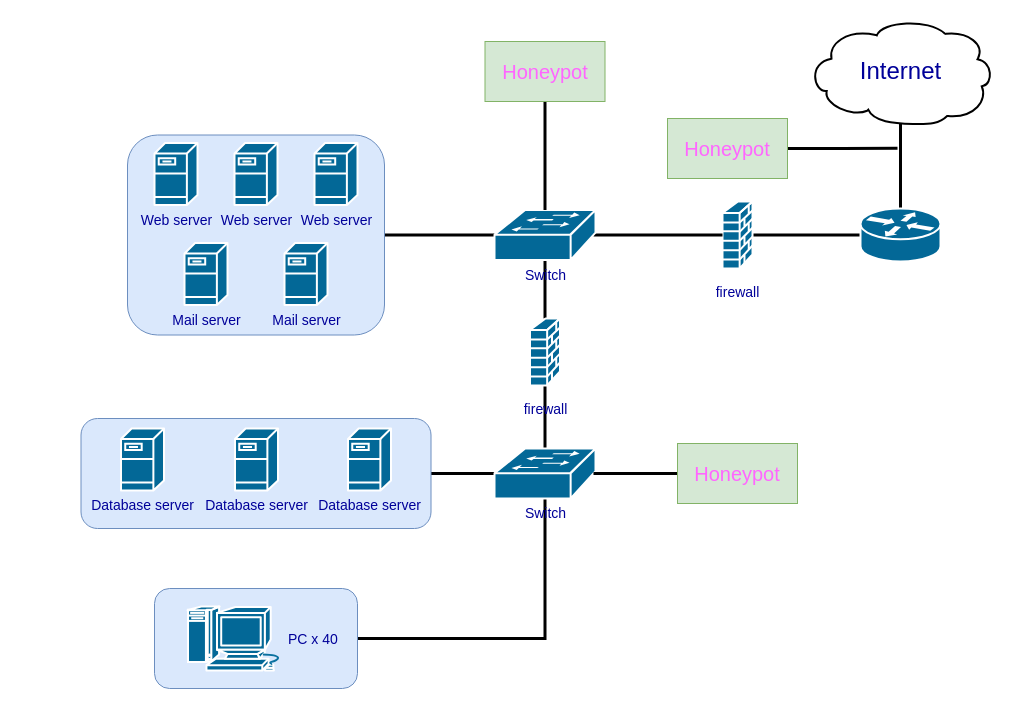
The draw.io diagram CP2414 - A1.drawio in HaoyiShan/CP-2414, before the edit. Source tidied: cells renumbered, new cells numbered last; positions are measured from the earlier drawing's top-left corner, leaving out a move shared by most shapes. Both pictures are drawn from the tidied source at 100%, with x=0, y=0 at pixel (81, 18).
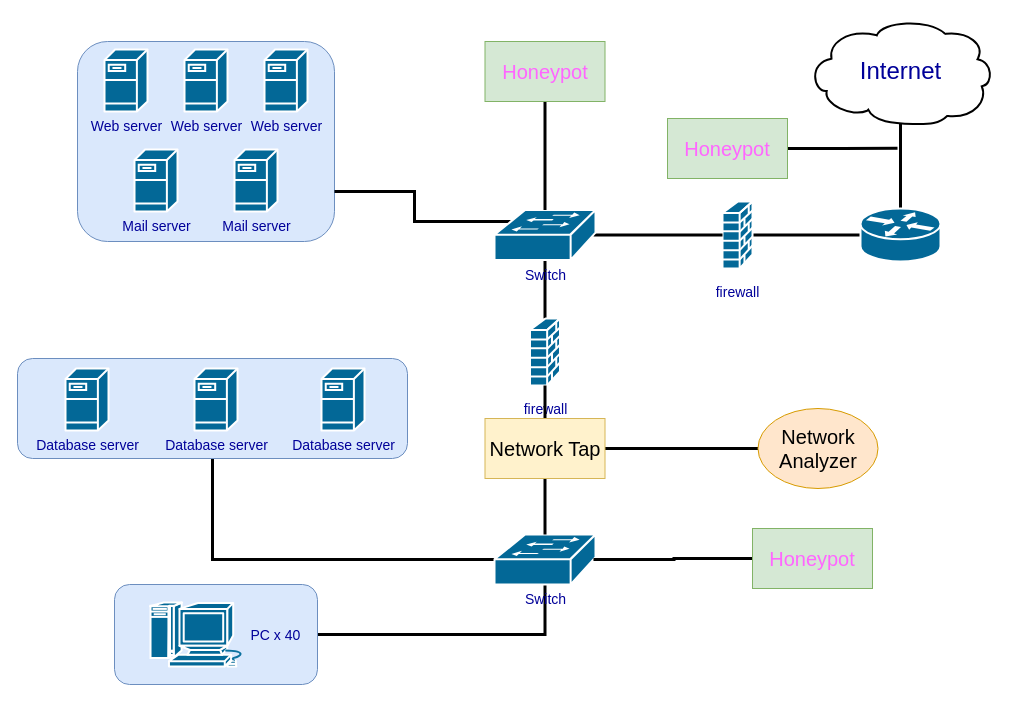
After the change.

Unchanged cells that the change refers to:
```xml
<mxCell id="17" value="Switch" style="shape=mxgraph.cisco.switches.workgroup_switch;sketch=0;html=1;dashed=0;fillColor=#036897;strokeColor=#ffffff;strokeWidth=2;verticalLabelPosition=bottom;verticalAlign=top;align=center;outlineConnect=0;fontSize=14;fontColor=#000099;" parent="1" vertex="1">
  <mxGeometry x="413" y="191.5" width="101" height="50" as="geometry" />
</mxCell>
<mxCell id="19" value="&lt;font style=&quot;font-size: 14px;&quot;&gt;firewall&lt;/font&gt;" style="shape=mxgraph.cisco.security.firewall;sketch=0;html=1;dashed=0;fillColor=#036897;strokeColor=#ffffff;strokeWidth=2;verticalLabelPosition=bottom;verticalAlign=top;align=center;outlineConnect=0;fontSize=24;fontColor=#000099;" parent="1" vertex="1">
  <mxGeometry x="448.5" y="300" width="30" height="67" as="geometry" />
</mxCell>
```

Change to the diagram source:
```diff
@@
-    <mxCell id="2" style="edgeStyle=orthogonalEdgeStyle;rounded=0;jettySize=auto;html=1;exitX=1;exitY=0.5;exitDx=0;exitDy=0;entryX=0.5;entryY=0.98;entryDx=0;entryDy=0;entryPerimeter=0;strokeWidth=3;fontSize=14;fontColor=#000099;endArrow=none;endFill=0;" parent="1" edge="1" source="3" target="23">
+    <mxCell id="2" style="edgeStyle=orthogonalEdgeStyle;rounded=0;jettySize=auto;html=1;exitX=1;exitY=0.5;exitDx=0;exitDy=0;entryX=0.5;entryY=0.98;entryDx=0;entryDy=0;entryPerimeter=0;strokeWidth=3;fontSize=20;fontColor=#FF66FF;endArrow=none;endFill=0;" parent="1" edge="1" source="3" target="23">
       <mxGeometry relative="1" as="geometry" />
     </mxCell>
     <mxCell id="3" style="rounded=1;whiteSpace=wrap;html=1;labelBackgroundColor=none;fontSize=14;fillColor=#dae8fc;strokeColor=#6c8ebf;" parent="1" vertex="1">
-      <mxGeometry x="73" y="570" width="203" height="100" as="geometry" />
+      <mxGeometry x="33" y="566" width="203" height="100" as="geometry" />
     </mxCell>
-    <mxCell id="4" style="edgeStyle=orthogonalEdgeStyle;rounded=0;jettySize=auto;html=1;exitX=1;exitY=0.5;exitDx=0;exitDy=0;strokeWidth=3;fontSize=14;fontColor=#000099;endArrow=none;endFill=0;" parent="1" edge="1" source="5" target="23">
+    <mxCell id="4" style="edgeStyle=orthogonalEdgeStyle;rounded=0;jettySize=auto;html=1;exitX=0.5;exitY=1;exitDx=0;exitDy=0;entryX=0;entryY=0.5;entryDx=0;entryDy=0;entryPerimeter=0;strokeWidth=3;fontSize=20;fontColor=#FF66FF;endArrow=none;endFill=0;" parent="1" edge="1" source="5" target="23">
       <mxGeometry relative="1" as="geometry" />
     </mxCell>
     <mxCell id="5" style="rounded=1;whiteSpace=wrap;html=1;labelBackgroundColor=none;fontSize=14;fillColor=#dae8fc;strokeColor=#6c8ebf;" parent="1" vertex="1">
-      <mxGeometry x="-0.5" y="400" width="350" height="110" as="geometry" />
+      <mxGeometry x="-64" y="340" width="390" height="100" as="geometry" />
     </mxCell>
-    <mxCell id="6" style="edgeStyle=orthogonalEdgeStyle;rounded=0;jettySize=auto;html=1;exitX=1;exitY=0.5;exitDx=0;exitDy=0;entryX=0;entryY=0.5;entryDx=0;entryDy=0;entryPerimeter=0;strokeWidth=3;fontSize=14;fontColor=#000099;endArrow=none;endFill=0;" parent="1" edge="1" source="7" target="17">
-      <mxGeometry relative="1" as="geometry" />
-    </mxCell>
     <mxCell id="7" style="rounded=1;whiteSpace=wrap;html=1;fontSize=14;fillColor=#dae8fc;strokeColor=#6c8ebf;labelBackgroundColor=none;" parent="1" vertex="1">
-      <mxGeometry x="46" y="116.5" width="257" height="200" as="geometry" />
+      <mxGeometry x="-4" y="23" width="257" height="200" as="geometry" />
     </mxCell>
@@
     <mxCell id="13" value="Web server" style="shape=mxgraph.cisco.servers.fileserver;sketch=0;html=1;dashed=0;fillColor=#036897;strokeColor=#ffffff;strokeWidth=2;verticalLabelPosition=bottom;verticalAlign=top;align=center;fontSize=14;fontColor=#000099;" parent="1" vertex="1">
-      <mxGeometry x="233" y="124.5" width="43" height="62" as="geometry" />
+      <mxGeometry x="183" y="31" width="43" height="62" as="geometry" />
     </mxCell>
     <mxCell id="14" value="Mail server" style="shape=mxgraph.cisco.servers.fileserver;sketch=0;html=1;dashed=0;fillColor=#036897;strokeColor=#ffffff;strokeWidth=2;verticalLabelPosition=bottom;verticalAlign=top;align=center;fontSize=14;fontColor=#000099;" parent="1" vertex="1">
-      <mxGeometry x="203" y="224.5" width="43" height="62" as="geometry" />
+      <mxGeometry x="153" y="131" width="43" height="62" as="geometry" />
     </mxCell>
@@
+    <mxCell id="34" style="edgeStyle=orthogonalEdgeStyle;rounded=0;jettySize=auto;html=1;exitX=0.16;exitY=0.23;exitDx=0;exitDy=0;exitPerimeter=0;entryX=1;entryY=0.75;entryDx=0;entryDy=0;strokeWidth=3;fontSize=20;fontColor=#FF66FF;endArrow=none;endFill=0;" parent="1" edge="1" source="17" target="7">
+      <mxGeometry relative="1" as="geometry" />
+    </mxCell>
@@
-    <mxCell id="18" style="edgeStyle=orthogonalEdgeStyle;rounded=0;jettySize=auto;html=1;exitX=0.5;exitY=1;exitDx=0;exitDy=0;exitPerimeter=0;entryX=0.5;entryY=0;entryDx=0;entryDy=0;entryPerimeter=0;strokeWidth=3;fontSize=14;fontColor=#000099;endArrow=none;endFill=0;" parent="1" edge="1" source="19" target="23">
-      <mxGeometry relative="1" as="geometry" />
-    </mxCell>
@@
     <mxCell id="20" value="Web server" style="shape=mxgraph.cisco.servers.fileserver;sketch=0;html=1;dashed=0;fillColor=#036897;strokeColor=#ffffff;strokeWidth=2;verticalLabelPosition=bottom;verticalAlign=top;align=center;fontSize=14;fontColor=#000099;" parent="1" vertex="1">
-      <mxGeometry x="153" y="124.5" width="43" height="62" as="geometry" />
+      <mxGeometry x="103" y="31" width="43" height="62" as="geometry" />
     </mxCell>
     <mxCell id="21" value="Web server" style="shape=mxgraph.cisco.servers.fileserver;sketch=0;html=1;dashed=0;fillColor=#036897;strokeColor=#ffffff;strokeWidth=2;verticalLabelPosition=bottom;verticalAlign=top;align=center;fontSize=14;fontColor=#000099;" parent="1" vertex="1">
-      <mxGeometry x="73" y="124.5" width="43" height="62" as="geometry" />
+      <mxGeometry x="23" y="31" width="43" height="62" as="geometry" />
     </mxCell>
     <mxCell id="22" value="Mail server" style="shape=mxgraph.cisco.servers.fileserver;sketch=0;html=1;dashed=0;fillColor=#036897;strokeColor=#ffffff;strokeWidth=2;verticalLabelPosition=bottom;verticalAlign=top;align=center;fontSize=14;fontColor=#000099;" parent="1" vertex="1">
-      <mxGeometry x="103" y="224.5" width="43" height="62" as="geometry" />
+      <mxGeometry x="53" y="131" width="43" height="62" as="geometry" />
     </mxCell>
     <mxCell id="23" value="Switch" style="shape=mxgraph.cisco.switches.workgroup_switch;sketch=0;html=1;dashed=0;fillColor=#036897;strokeColor=#ffffff;strokeWidth=2;verticalLabelPosition=bottom;verticalAlign=top;align=center;outlineConnect=0;fontSize=14;fontColor=#000099;" parent="1" vertex="1">
-      <mxGeometry x="413" y="430" width="101" height="50" as="geometry" />
+      <mxGeometry x="413" y="516" width="101" height="50" as="geometry" />
     </mxCell>
     <mxCell id="24" value="Database server" style="shape=mxgraph.cisco.servers.fileserver;sketch=0;html=1;dashed=0;fillColor=#036897;strokeColor=#ffffff;strokeWidth=2;verticalLabelPosition=bottom;verticalAlign=top;align=center;fontSize=14;fontColor=#000099;" parent="1" vertex="1">
-      <mxGeometry x="39.5" y="410" width="43" height="62" as="geometry" />
+      <mxGeometry x="240" y="350" width="43" height="62" as="geometry" />
     </mxCell>
     <mxCell id="25" value="Database server" style="shape=mxgraph.cisco.servers.fileserver;sketch=0;html=1;dashed=0;fillColor=#036897;strokeColor=#ffffff;strokeWidth=2;verticalLabelPosition=bottom;verticalAlign=top;align=center;fontSize=14;fontColor=#000099;" parent="1" vertex="1">
-      <mxGeometry x="153.5" y="410" width="43" height="62" as="geometry" />
+      <mxGeometry x="-16" y="350" width="43" height="62" as="geometry" />
     </mxCell>
     <mxCell id="26" value="Database server" style="shape=mxgraph.cisco.servers.fileserver;sketch=0;html=1;dashed=0;fillColor=#036897;strokeColor=#ffffff;strokeWidth=2;verticalLabelPosition=bottom;verticalAlign=top;align=center;fontSize=14;fontColor=#000099;" parent="1" vertex="1">
-      <mxGeometry x="266.5" y="410" width="43" height="62" as="geometry" />
+      <mxGeometry x="113" y="350" width="43" height="62" as="geometry" />
     </mxCell>
     <mxCell id="27" value="PC x 40" style="shape=mxgraph.cisco.computers_and_peripherals.macintosh;sketch=0;dashed=0;fillColor=#036897;strokeColor=#ffffff;strokeWidth=2;verticalLabelPosition=middle;verticalAlign=middle;align=left;labelBackgroundColor=none;fontSize=14;fontColor=#000099;labelPosition=right;" parent="1" vertex="1">
-      <mxGeometry x="106" y="588" width="99" height="64" as="geometry" />
+      <mxGeometry x="68.5" y="584" width="99" height="64" as="geometry" />
     </mxCell>
@@
     <mxCell id="33" value="&lt;font color=&quot;#ff66ff&quot; style=&quot;font-size: 20px;&quot;&gt;Honeypot&lt;/font&gt;" style="rounded=0;whiteSpace=wrap;html=1;labelBackgroundColor=none;fontSize=14;fillColor=#d5e8d4;strokeColor=#82b366;" parent="1" vertex="1">
-      <mxGeometry x="596" y="425" width="120" height="60" as="geometry" />
+      <mxGeometry x="671" y="510" width="120" height="60" as="geometry" />
     </mxCell>
+    <mxCell id="35" style="edgeStyle=orthogonalEdgeStyle;rounded=0;jettySize=auto;html=1;exitX=0.5;exitY=0;exitDx=0;exitDy=0;entryX=0.5;entryY=1;entryDx=0;entryDy=0;entryPerimeter=0;strokeWidth=3;fontSize=20;fontColor=#FF66FF;endArrow=none;endFill=0;" parent="1" edge="1" source="38" target="19">
+      <mxGeometry relative="1" as="geometry" />
+    </mxCell>
+    <mxCell id="36" style="edgeStyle=orthogonalEdgeStyle;rounded=0;jettySize=auto;html=1;exitX=1;exitY=0.5;exitDx=0;exitDy=0;entryX=0;entryY=0.5;entryDx=0;entryDy=0;strokeWidth=3;fontSize=20;fontColor=#FF66FF;endArrow=none;endFill=0;" parent="1" edge="1" source="38" target="39">
+      <mxGeometry relative="1" as="geometry" />
+    </mxCell>
+    <mxCell id="37" style="edgeStyle=orthogonalEdgeStyle;rounded=0;jettySize=auto;html=1;exitX=0.5;exitY=1;exitDx=0;exitDy=0;entryX=0.5;entryY=0;entryDx=0;entryDy=0;entryPerimeter=0;strokeWidth=3;fontSize=20;fontColor=#FF66FF;endArrow=none;endFill=0;" parent="1" edge="1" source="38" target="23">
+      <mxGeometry relative="1" as="geometry" />
+    </mxCell>
+    <mxCell id="38" value="Network Tap" style="rounded=0;whiteSpace=wrap;html=1;labelBackgroundColor=none;fontSize=20;fillColor=#fff2cc;strokeColor=#d6b656;" parent="1" vertex="1">
+      <mxGeometry x="403.5" y="400" width="120" height="60" as="geometry" />
+    </mxCell>
+    <mxCell id="39" value="Network Analyzer" style="ellipse;whiteSpace=wrap;html=1;labelBackgroundColor=none;fontSize=20;fillColor=#ffe6cc;strokeColor=#d79b00;" parent="1" vertex="1">
+      <mxGeometry x="676.5" y="390" width="120" height="80" as="geometry" />
+    </mxCell>
```
